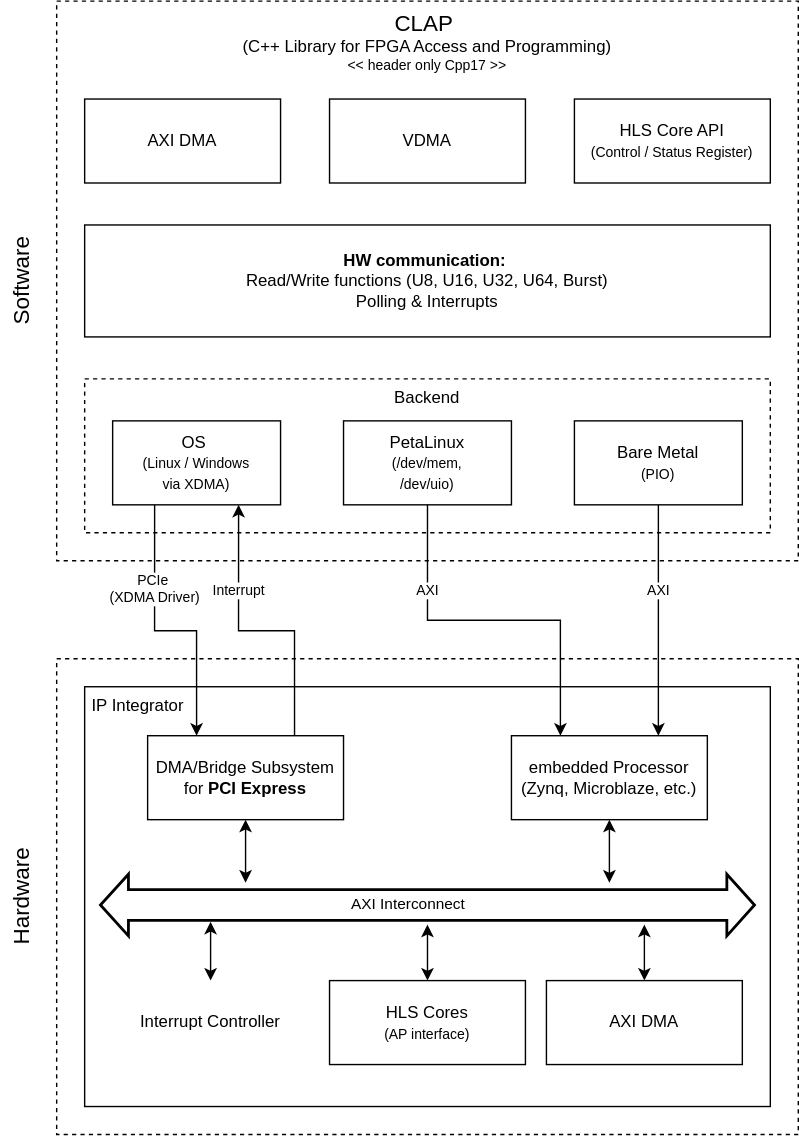
This is doc/CLAP_Overview.svg from fporrmann/CLAP, a draw.io export, as it was before one commit. Source tidied: cells renumbered, new cells last; positions are measured from the earlier drawing's top-left corner, leaving out a move shared by most shapes. The source it was exported from:
```xml
<mxGraphModel>
  <root>
    <mxCell id="0" />
    <mxCell id="1" parent="0" />
    <mxCell id="2" value="&lt;font style=&quot;font-size: 10px;&quot;&gt;&lt;span style=&quot;font-size: 16px;&quot;&gt;CLAP&amp;nbsp;&lt;/span&gt;&lt;br&gt;&lt;span style=&quot;font-size: 12px; border-color: var(--border-color); text-align: left;&quot;&gt;(C++ Library for FPGA Access and Programming)&lt;/span&gt;&lt;br&gt;&lt;font style=&quot;font-size: 10px;&quot;&gt;&amp;lt;&amp;lt; header only&amp;nbsp;&lt;/font&gt;&lt;/font&gt;&lt;font style=&quot;font-size: 10px;&quot;&gt;Cpp17 &amp;gt;&amp;gt;&lt;/font&gt;" style="rounded=0;whiteSpace=wrap;html=1;fontSize=10;dashed=1;verticalAlign=top;" parent="1" vertex="1">
      <mxGeometry x="40" width="530" height="400" as="geometry" />
    </mxCell>
    <mxCell id="3" value="Backend" style="rounded=0;whiteSpace=wrap;html=1;dashed=1;horizontal=1;verticalAlign=top;" parent="1" vertex="1">
      <mxGeometry x="60" y="270" width="490" height="110" as="geometry" />
    </mxCell>
    <mxCell id="4" style="rounded=0;whiteSpace=wrap;html=1;fontSize=10;dashed=1;verticalAlign=top;" parent="1" vertex="1">
      <mxGeometry x="40" y="470" width="530" height="340" as="geometry" />
    </mxCell>
    <mxCell id="5" value="&amp;nbsp;IP Integrator&amp;nbsp;" style="rounded=0;whiteSpace=wrap;html=1;align=left;verticalAlign=top;" parent="1" vertex="1">
      <mxGeometry x="60" y="490" width="490" height="300" as="geometry" />
    </mxCell>
    <mxCell id="6" value="&lt;font style=&quot;font-size: 10px;&quot;&gt;Interrupt&lt;/font&gt;" style="edgeStyle=orthogonalEdgeStyle;rounded=0;jettySize=auto;html=1;exitX=0.75;exitY=0;exitDx=0;exitDy=0;entryX=0.75;entryY=1;entryDx=0;entryDy=0;fontSize=10;verticalAlign=bottom;" parent="1" edge="1" source="7" target="13">
      <mxGeometry x="0.32" relative="1" as="geometry">
        <Array as="points">
          <mxPoint x="210" y="450" />
          <mxPoint x="170" y="450" />
        </Array>
      </mxGeometry>
    </mxCell>
    <mxCell id="7" value="DMA/Bridge Subsystem for &lt;b&gt;PCI Express&lt;/b&gt;" style="rounded=0;whiteSpace=wrap;html=1;" parent="1" vertex="1">
      <mxGeometry x="105" y="525" width="140" height="60" as="geometry" />
    </mxCell>
    <mxCell id="8" value="AXI" style="edgeStyle=orthogonalEdgeStyle;rounded=0;jettySize=auto;html=1;exitX=0.5;exitY=1;exitDx=0;exitDy=0;entryX=0.25;entryY=0;entryDx=0;entryDy=0;verticalAlign=bottom;fontSize=10;" parent="1" edge="1" source="9" target="23">
      <mxGeometry x="-0.46" relative="1" as="geometry" />
    </mxCell>
    <mxCell id="9" value="PetaLinux&lt;br&gt;&lt;font style=&quot;font-size: 10px;&quot;&gt;(/dev/mem, &lt;br&gt;/dev/uio)&lt;/font&gt;" style="rounded=0;whiteSpace=wrap;html=1;" parent="1" vertex="1">
      <mxGeometry x="245" y="300" width="120" height="60" as="geometry" />
    </mxCell>
    <mxCell id="10" value="AXI" style="edgeStyle=orthogonalEdgeStyle;rounded=0;jettySize=auto;html=1;exitX=0.5;exitY=1;exitDx=0;exitDy=0;entryX=0.75;entryY=0;entryDx=0;entryDy=0;fontSize=10;verticalAlign=bottom;" parent="1" edge="1" source="11" target="23">
      <mxGeometry x="-0.15" relative="1" as="geometry" />
    </mxCell>
    <mxCell id="11" value="Bare Metal&lt;br&gt;&lt;font style=&quot;font-size: 10px;&quot;&gt;(PIO)&lt;/font&gt;" style="rounded=0;whiteSpace=wrap;html=1;" parent="1" vertex="1">
      <mxGeometry x="410" y="300" width="120" height="60" as="geometry" />
    </mxCell>
    <mxCell id="12" value="&lt;font style=&quot;font-size: 10px;&quot;&gt;PCIe&amp;nbsp;&lt;br&gt;(XDMA Driver)&lt;/font&gt;" style="edgeStyle=orthogonalEdgeStyle;rounded=0;jettySize=auto;html=1;exitX=0.25;exitY=1;exitDx=0;exitDy=0;entryX=0.25;entryY=0;entryDx=0;entryDy=0;fontSize=10;verticalAlign=middle;" parent="1" edge="1" source="13" target="7">
      <mxGeometry x="-0.38" relative="1" as="geometry">
        <Array as="points">
          <mxPoint x="110" y="450" />
          <mxPoint x="140" y="450" />
        </Array>
      </mxGeometry>
    </mxCell>
    <mxCell id="13" value="OS&amp;nbsp;&lt;br&gt;&lt;font style=&quot;font-size: 10px;&quot;&gt;(Linux / Windows &lt;br&gt;via XDMA)&lt;/font&gt;" style="rounded=0;whiteSpace=wrap;html=1;" parent="1" vertex="1">
      <mxGeometry x="80" y="300" width="120" height="60" as="geometry" />
    </mxCell>
    <mxCell id="14" value="HLS Cores&lt;br&gt;&lt;font style=&quot;font-size: 10px;&quot;&gt;(AP interface)&lt;/font&gt;" style="rounded=0;whiteSpace=wrap;html=1;" parent="1" vertex="1">
      <mxGeometry x="235" y="700" width="140" height="60" as="geometry" />
    </mxCell>
    <mxCell id="15" value="HLS Core API&lt;br&gt;&lt;font style=&quot;font-size: 10px;&quot;&gt;(Control / Status Register)&lt;/font&gt;" style="rounded=0;whiteSpace=wrap;html=1;" parent="1" vertex="1">
      <mxGeometry x="410" y="70" width="140" height="60" as="geometry" />
    </mxCell>
    <mxCell id="16" value="&lt;b&gt;HW communication:&lt;/b&gt;&amp;nbsp;&lt;br&gt;Read/Write functions&amp;nbsp;&lt;font style=&quot;font-size: 12px;&quot;&gt;(U8, U16, U32, U64, Burst) &lt;br&gt;Polling &amp;amp; Interrupts&lt;br&gt;&lt;/font&gt;" style="rounded=0;whiteSpace=wrap;html=1;" parent="1" vertex="1">
      <mxGeometry x="60" y="160" width="490" height="80" as="geometry" />
    </mxCell>
    <mxCell id="17" value="AXI DMA" style="rounded=0;whiteSpace=wrap;html=1;" parent="1" vertex="1">
      <mxGeometry x="60" y="70" width="140" height="60" as="geometry" />
    </mxCell>
    <mxCell id="18" value="VDMA" style="rounded=0;whiteSpace=wrap;html=1;" parent="1" vertex="1">
      <mxGeometry x="235" y="70" width="140" height="60" as="geometry" />
    </mxCell>
    <mxCell id="19" value="AXI DMA" style="rounded=0;whiteSpace=wrap;html=1;" parent="1" vertex="1">
      <mxGeometry x="390" y="700" width="140" height="60" as="geometry" />
    </mxCell>
    <mxCell id="20" value="&lt;font style=&quot;font-size: 16px;&quot;&gt;Software&lt;/font&gt;" style="text;html=1;strokeColor=none;fillColor=none;align=center;verticalAlign=middle;whiteSpace=wrap;rounded=0;fontSize=8;horizontal=0;" parent="1" vertex="1">
      <mxGeometry y="105" width="30" height="190" as="geometry" />
    </mxCell>
    <mxCell id="21" value="&lt;font style=&quot;font-size: 16px;&quot;&gt;Hardware&lt;/font&gt;" style="text;html=1;strokeColor=none;fillColor=none;align=center;verticalAlign=middle;whiteSpace=wrap;rounded=0;fontSize=8;horizontal=0;" parent="1" vertex="1">
      <mxGeometry y="570" width="30" height="140" as="geometry" />
    </mxCell>
    <mxCell id="22" value="Interrupt Controller" style="rounded=0;whiteSpace=wrap;html=1;fontSize=12;verticalAlign=middle;fillColor=none;strokeColor=#FFFFFF;" parent="1" vertex="1">
      <mxGeometry x="80" y="700" width="140" height="60" as="geometry" />
    </mxCell>
    <mxCell id="23" value="embedded Processor (Zynq, Microblaze, etc.)" style="rounded=0;whiteSpace=wrap;html=1;" parent="1" vertex="1">
      <mxGeometry x="365" y="525" width="140" height="60" as="geometry" />
    </mxCell>
    <mxCell id="24" style="shape=flexArrow;endArrow=classic;startArrow=classic;html=1;rounded=0;strokeWidth=2;width=21.025641025641026;endSize=5.923076923076923;entryX=0.979;entryY=0.52;entryDx=0;entryDy=0;entryPerimeter=0;exitX=0.021;exitY=0.52;exitDx=0;exitDy=0;exitPerimeter=0;" parent="1" edge="1" source="5" target="5">
      <mxGeometry relative="1" as="geometry" />
    </mxCell>
    <mxCell id="25" value="AXI Interconnect" style="edgeLabel;html=1;align=center;verticalAlign=middle;" parent="24" vertex="1">
      <mxGeometry x="-0.4" y="-4" relative="1" as="geometry">
        <mxPoint x="80" y="-5" as="offset" />
      </mxGeometry>
    </mxCell>
    <mxCell id="26" style="endArrow=classic;startArrow=classic;html=1;rounded=0;exitX=0.5;exitY=0;exitDx=0;exitDy=0;" parent="1" edge="1" source="14">
      <mxGeometry relative="1" as="geometry">
        <mxPoint x="305" y="660" as="targetPoint" />
      </mxGeometry>
    </mxCell>
    <mxCell id="27" style="endArrow=classic;startArrow=classic;html=1;rounded=0;exitX=0.5;exitY=0;exitDx=0;exitDy=0;" parent="1" edge="1" source="19">
      <mxGeometry relative="1" as="geometry">
        <mxPoint x="460" y="660" as="targetPoint" />
      </mxGeometry>
    </mxCell>
    <mxCell id="28" style="endArrow=classic;startArrow=classic;html=1;rounded=0;exitX=0.5;exitY=0;exitDx=0;exitDy=0;" parent="1" edge="1" source="22">
      <mxGeometry relative="1" as="geometry">
        <mxPoint x="150" y="658" as="targetPoint" />
      </mxGeometry>
    </mxCell>
    <mxCell id="29" style="endArrow=classic;startArrow=classic;html=1;rounded=0;entryX=0.5;entryY=1;entryDx=0;entryDy=0;" parent="1" edge="1" target="7">
      <mxGeometry relative="1" as="geometry">
        <mxPoint x="175" y="630" as="sourcePoint" />
      </mxGeometry>
    </mxCell>
    <mxCell id="30" style="endArrow=classic;startArrow=classic;html=1;rounded=0;entryX=0.5;entryY=1;entryDx=0;entryDy=0;" parent="1" edge="1" target="23">
      <mxGeometry relative="1" as="geometry">
        <mxPoint x="435" y="630" as="sourcePoint" />
      </mxGeometry>
    </mxCell>
  </root>
</mxGraphModel>
```
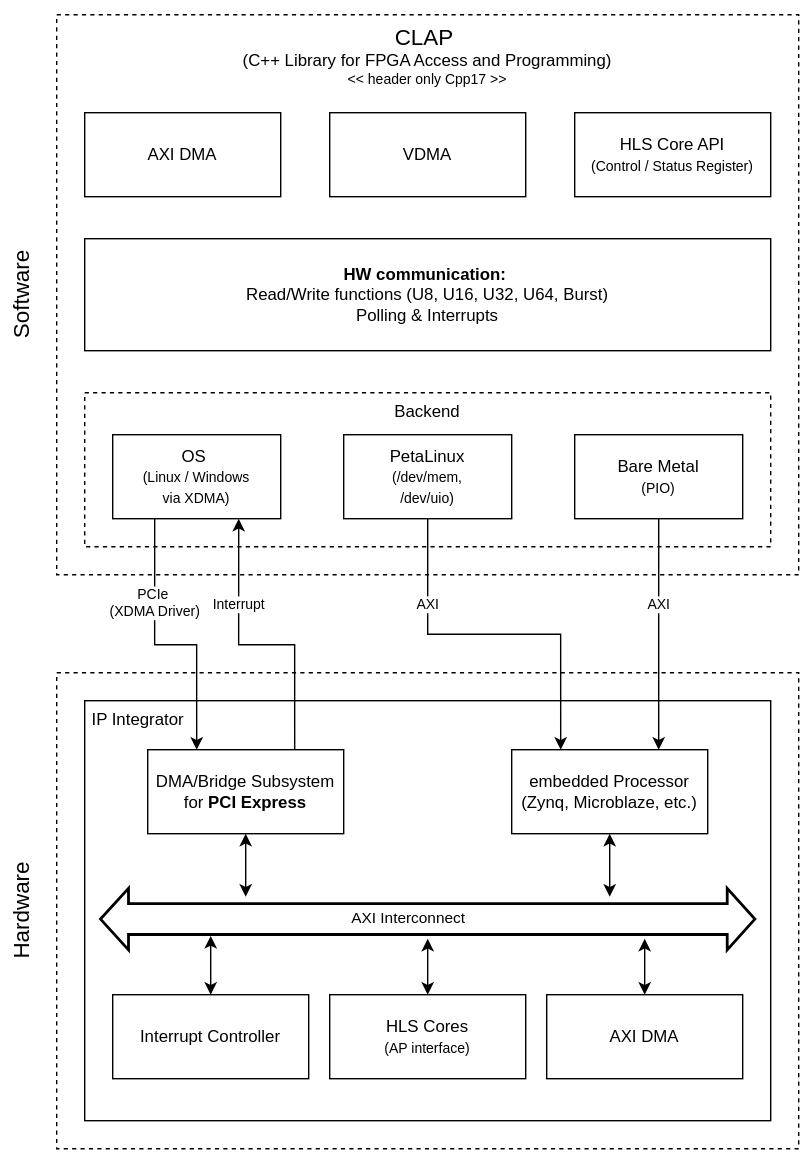
After the change.

Change to the diagram source:
```diff
@@ -2,6 +2,9 @@
   <root>
     <mxCell id="0" />
     <mxCell id="1" parent="0" />
+    <mxCell id="31" style="rounded=0;whiteSpace=wrap;html=1;strokeColor=none;" parent="1" vertex="1">
+      <mxGeometry y="-10" width="580" height="830" as="geometry" />
+    </mxCell>
     <mxCell id="2" value="&lt;font style=&quot;font-size: 10px;&quot;&gt;&lt;span style=&quot;font-size: 16px;&quot;&gt;CLAP&amp;nbsp;&lt;/span&gt;&lt;br&gt;&lt;span style=&quot;font-size: 12px; border-color: var(--border-color); text-align: left;&quot;&gt;(C++ Library for FPGA Access and Programming)&lt;/span&gt;&lt;br&gt;&lt;font style=&quot;font-size: 10px;&quot;&gt;&amp;lt;&amp;lt; header only&amp;nbsp;&lt;/font&gt;&lt;/font&gt;&lt;font style=&quot;font-size: 10px;&quot;&gt;Cpp17 &amp;gt;&amp;gt;&lt;/font&gt;" style="rounded=0;whiteSpace=wrap;html=1;fontSize=10;dashed=1;verticalAlign=top;" parent="1" vertex="1">
       <mxGeometry x="40" width="530" height="400" as="geometry" />
     </mxCell>
@@ -72,7 +75,7 @@
     <mxCell id="21" value="&lt;font style=&quot;font-size: 16px;&quot;&gt;Hardware&lt;/font&gt;" style="text;html=1;strokeColor=none;fillColor=none;align=center;verticalAlign=middle;whiteSpace=wrap;rounded=0;fontSize=8;horizontal=0;" parent="1" vertex="1">
       <mxGeometry y="570" width="30" height="140" as="geometry" />
     </mxCell>
-    <mxCell id="22" value="Interrupt Controller" style="rounded=0;whiteSpace=wrap;html=1;fontSize=12;verticalAlign=middle;fillColor=none;strokeColor=#FFFFFF;" parent="1" vertex="1">
+    <mxCell id="22" value="Interrupt Controller" style="rounded=0;whiteSpace=wrap;html=1;fontSize=12;verticalAlign=middle;fillColor=none;strokeColor=#000000;" parent="1" vertex="1">
       <mxGeometry x="80" y="700" width="140" height="60" as="geometry" />
     </mxCell>
     <mxCell id="23" value="embedded Processor (Zynq, Microblaze, etc.)" style="rounded=0;whiteSpace=wrap;html=1;" parent="1" vertex="1">
```
